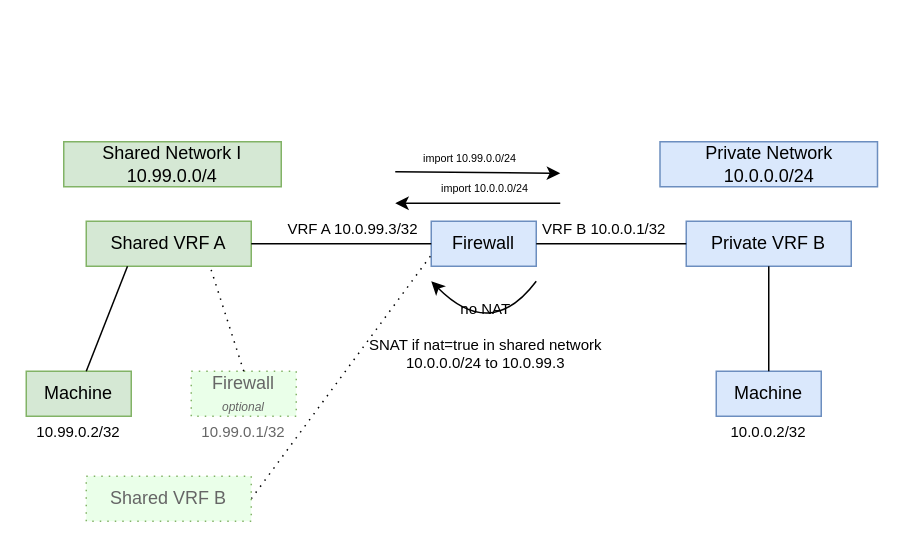
This is docs/src/development/proposals/MEP5/shared.drawio from metal-stack/docs, a draw.io file, before an edit. Source tidied: cells renumbered, new cells numbered last; positions are measured from the earlier drawing's top-left corner, leaving out a move shared by most shapes. Both pictures are drawn from the tidied source at 150%, with x=0, y=0 at pixel (26, 141).
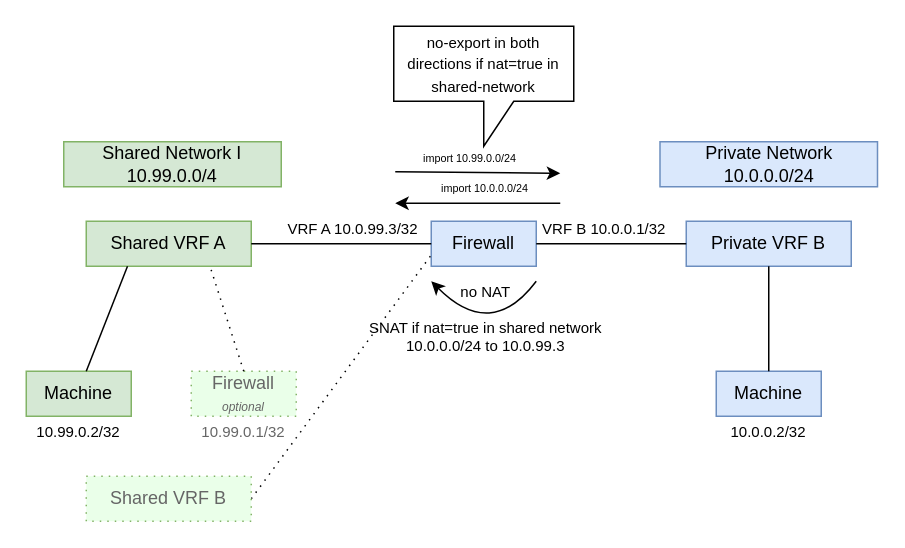
The same page after the edit.

What changed in the source:
```diff
@@
     <mxCell id="21" value="no NAT&lt;br&gt;&lt;br&gt;SNAT if nat=true in shared network&lt;br&gt;10.0.0.0/24 to 10.0.99.3" style="text;html=1;align=center;verticalAlign=middle;fontSize=10;" parent="1" vertex="1">
-      <mxGeometry x="221" y="104" width="170" height="50" as="geometry" />
+      <mxGeometry x="221" y="93" width="170" height="50" as="geometry" />
     </mxCell>
@@
+    <mxCell id="28" value="&lt;font style=&quot;font-size: 10px&quot;&gt;no-export in both directions if nat=true in shared-network&lt;/font&gt;" style="shape=callout;whiteSpace=wrap;html=1;perimeter=calloutPerimeter;" parent="1" vertex="1">
+      <mxGeometry x="245" y="-77" width="120" height="80" as="geometry" />
+    </mxCell>
```
